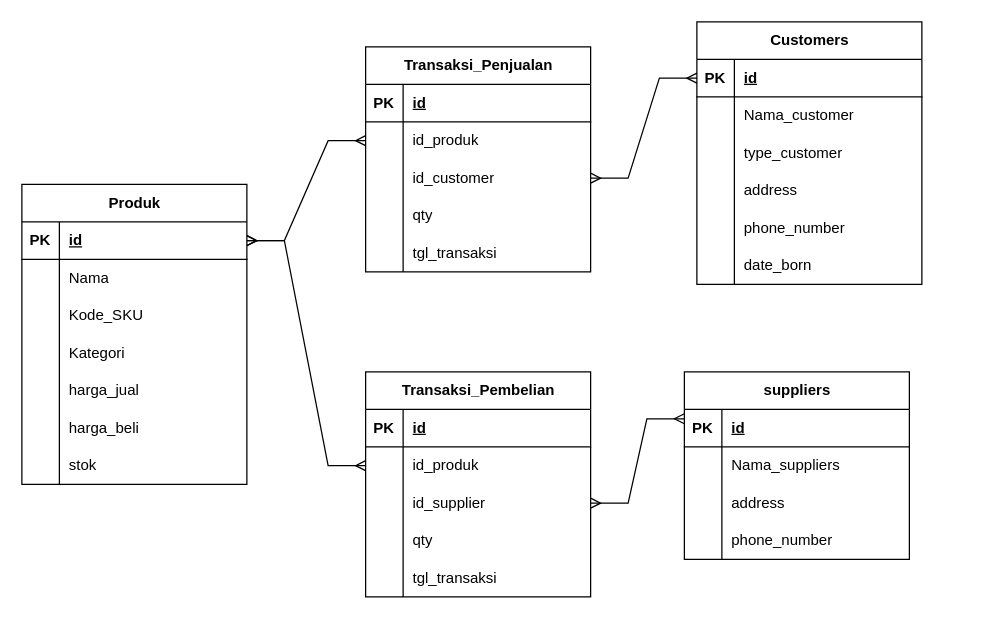
The draw.io diagram management-basisdata/oracle-uas.drawio in xoghub/diagrams, before the edit. Source tidied: cells renumbered, new cells numbered last; positions are measured from the earlier drawing's top-left corner, leaving out a move shared by most shapes. Both pictures are drawn from the tidied source at 125%, with x=0, y=0 at pixel (21, 21).
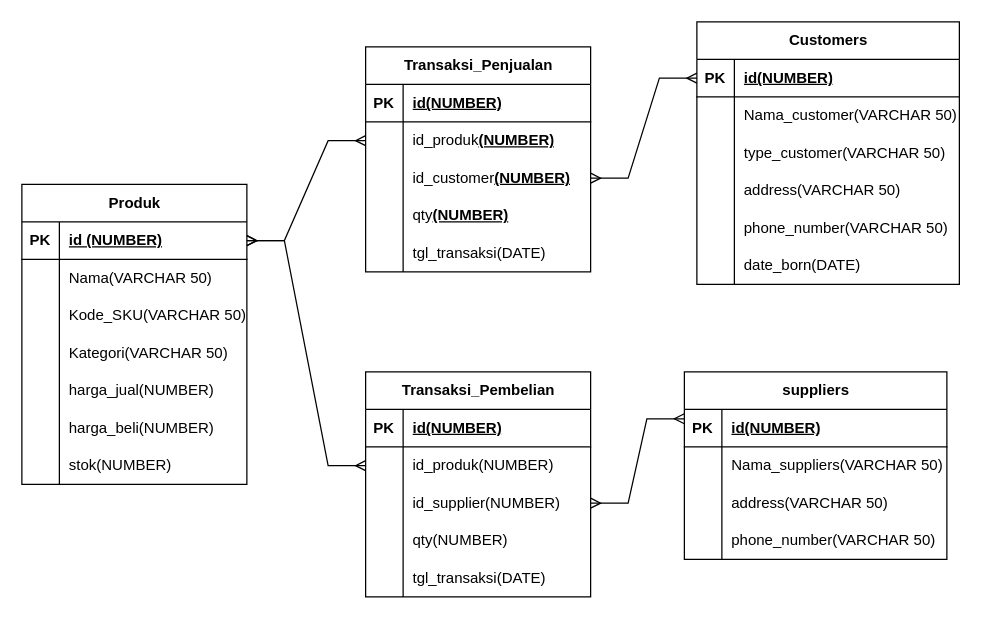
After the change.

The change refers to these unchanged cells:
```xml
<mxCell id="3" style="shape=tableRow;horizontal=0;startSize=0;swimlaneHead=0;swimlaneBody=0;fillColor=none;points=[[0,0.5],[1,0.5]];portConstraint=eastwest;top=0;left=0;right=0;bottom=1;" parent="2" vertex="1">
  <mxGeometry y="30" width="180" height="30" as="geometry" />
</mxCell>
<mxCell id="6" style="shape=tableRow;horizontal=0;startSize=0;swimlaneHead=0;swimlaneBody=0;fillColor=none;top=0;left=0;right=0;bottom=0;" parent="2" vertex="1">
  <mxGeometry y="60" width="180" height="30" as="geometry" />
</mxCell>
<mxCell id="9" style="shape=tableRow;horizontal=0;startSize=0;swimlaneHead=0;swimlaneBody=0;fillColor=none;top=0;left=0;right=0;bottom=0;" parent="2" vertex="1">
  <mxGeometry y="90" width="180" height="30" as="geometry" />
</mxCell>
<mxCell id="12" style="shape=tableRow;horizontal=0;startSize=0;swimlaneHead=0;swimlaneBody=0;fillColor=none;top=0;left=0;right=0;bottom=0;" parent="2" vertex="1">
  <mxGeometry y="120" width="180" height="30" as="geometry" />
</mxCell>
<mxCell id="15" style="shape=tableRow;horizontal=0;startSize=0;swimlaneHead=0;swimlaneBody=0;fillColor=none;top=0;left=0;right=0;bottom=0;" parent="2" vertex="1">
  <mxGeometry y="150" width="180" height="30" as="geometry" />
</mxCell>
<mxCell id="18" style="shape=tableRow;horizontal=0;startSize=0;swimlaneHead=0;swimlaneBody=0;fillColor=none;top=0;left=0;right=0;bottom=0;" parent="2" vertex="1">
  <mxGeometry y="180" width="180" height="30" as="geometry" />
</mxCell>
<mxCell id="21" style="shape=tableRow;horizontal=0;startSize=0;swimlaneHead=0;swimlaneBody=0;fillColor=none;top=0;left=0;right=0;bottom=0;" parent="2" vertex="1">
  <mxGeometry y="210" width="180" height="30" as="geometry" />
</mxCell>
<mxCell id="57" style="shape=tableRow;horizontal=0;startSize=0;swimlaneHead=0;swimlaneBody=0;fillColor=none;top=0;left=0;right=0;bottom=1;" parent="56" vertex="1">
  <mxGeometry y="30" width="180" height="30" as="geometry" />
</mxCell>
<mxCell id="60" style="shape=tableRow;horizontal=0;startSize=0;swimlaneHead=0;swimlaneBody=0;fillColor=none;points=[[0,0.5],[1,0.5]];portConstraint=eastwest;top=0;left=0;right=0;bottom=0;" parent="56" vertex="1">
  <mxGeometry y="60" width="180" height="30" as="geometry" />
</mxCell>
<mxCell id="63" style="shape=tableRow;horizontal=0;startSize=0;swimlaneHead=0;swimlaneBody=0;fillColor=none;points=[[0,0.5],[1,0.5]];portConstraint=eastwest;top=0;left=0;right=0;bottom=0;" parent="56" vertex="1">
  <mxGeometry y="90" width="180" height="30" as="geometry" />
</mxCell>
<mxCell id="66" style="shape=tableRow;horizontal=0;startSize=0;swimlaneHead=0;swimlaneBody=0;fillColor=none;top=0;left=0;right=0;bottom=0;" parent="56" vertex="1">
  <mxGeometry y="120" width="180" height="30" as="geometry" />
</mxCell>
<mxCell id="69" style="shape=tableRow;horizontal=0;startSize=0;swimlaneHead=0;swimlaneBody=0;fillColor=none;top=0;left=0;right=0;bottom=0;" parent="56" vertex="1">
  <mxGeometry y="150" width="180" height="30" as="geometry" />
</mxCell>
<mxCell id="73" style="shape=tableRow;horizontal=0;startSize=0;swimlaneHead=0;swimlaneBody=0;fillColor=none;top=0;left=0;right=0;bottom=1;" parent="72" vertex="1">
  <mxGeometry y="30" width="180" height="30" as="geometry" />
</mxCell>
<mxCell id="76" style="shape=tableRow;horizontal=0;startSize=0;swimlaneHead=0;swimlaneBody=0;fillColor=none;points=[[0,0.5],[1,0.5]];portConstraint=eastwest;top=0;left=0;right=0;bottom=0;" parent="72" vertex="1">
  <mxGeometry y="60" width="180" height="30" as="geometry" />
</mxCell>
<mxCell id="79" style="shape=tableRow;horizontal=0;startSize=0;swimlaneHead=0;swimlaneBody=0;fillColor=none;points=[[0,0.5],[1,0.5]];portConstraint=eastwest;top=0;left=0;right=0;bottom=0;" parent="72" vertex="1">
  <mxGeometry y="90" width="180" height="30" as="geometry" />
</mxCell>
<mxCell id="82" style="shape=tableRow;horizontal=0;startSize=0;swimlaneHead=0;swimlaneBody=0;fillColor=none;top=0;left=0;right=0;bottom=0;" parent="72" vertex="1">
  <mxGeometry y="120" width="180" height="30" as="geometry" />
</mxCell>
<mxCell id="85" style="shape=tableRow;horizontal=0;startSize=0;swimlaneHead=0;swimlaneBody=0;fillColor=none;top=0;left=0;right=0;bottom=0;" parent="72" vertex="1">
  <mxGeometry y="150" width="180" height="30" as="geometry" />
</mxCell>
```

The edit, as a diff of the source:
```diff
@@
-    <mxCell id="5" value="id" style="shape=partialRectangle;fillColor=none;top=0;left=0;bottom=0;right=0;align=left;spacingLeft=6;fontStyle=5;overflow=hidden;whiteSpace=wrap;html=1;" parent="3" vertex="1">
+    <mxCell id="5" value="id (NUMBER)" style="shape=partialRectangle;fillColor=none;top=0;left=0;bottom=0;right=0;align=left;spacingLeft=6;fontStyle=5;overflow=hidden;whiteSpace=wrap;html=1;" parent="3" vertex="1">
       <mxGeometry x="30" width="150" height="30" as="geometry" />
     </mxCell>
@@
-    <mxCell id="8" value="Nama" style="shape=partialRectangle;fillColor=none;top=0;left=0;bottom=0;right=0;align=left;spacingLeft=6;overflow=hidden;whiteSpace=wrap;html=1;" parent="6" vertex="1">
+    <mxCell id="8" value="Nama(VARCHAR 50)" style="shape=partialRectangle;fillColor=none;top=0;left=0;bottom=0;right=0;align=left;spacingLeft=6;overflow=hidden;whiteSpace=wrap;html=1;" parent="6" vertex="1">
       <mxGeometry x="30" width="150" height="30" as="geometry" />
     </mxCell>
@@
-    <mxCell id="11" value="Kode_SKU" style="shape=partialRectangle;fillColor=none;top=0;left=0;bottom=0;right=0;align=left;spacingLeft=6;overflow=hidden;whiteSpace=wrap;html=1;" parent="9" vertex="1">
+    <mxCell id="11" value="Kode_SKU(VARCHAR 50)" style="shape=partialRectangle;fillColor=none;top=0;left=0;bottom=0;right=0;align=left;spacingLeft=6;overflow=hidden;whiteSpace=wrap;html=1;" parent="9" vertex="1">
       <mxGeometry x="30" width="150" height="30" as="geometry" />
     </mxCell>
@@
-    <mxCell id="14" value="Kategori" style="shape=partialRectangle;fillColor=none;top=0;left=0;bottom=0;right=0;align=left;spacingLeft=6;overflow=hidden;whiteSpace=wrap;html=1;" parent="12" vertex="1">
+    <mxCell id="14" value="Kategori(VARCHAR 50)" style="shape=partialRectangle;fillColor=none;top=0;left=0;bottom=0;right=0;align=left;spacingLeft=6;overflow=hidden;whiteSpace=wrap;html=1;" parent="12" vertex="1">
       <mxGeometry x="30" width="150" height="30" as="geometry" />
     </mxCell>
@@
-    <mxCell id="17" value="harga_jual" style="shape=partialRectangle;fillColor=none;top=0;left=0;bottom=0;right=0;align=left;spacingLeft=6;overflow=hidden;whiteSpace=wrap;html=1;" parent="15" vertex="1">
+    <mxCell id="17" value="harga_jual(NUMBER)" style="shape=partialRectangle;fillColor=none;top=0;left=0;bottom=0;right=0;align=left;spacingLeft=6;overflow=hidden;whiteSpace=wrap;html=1;" parent="15" vertex="1">
       <mxGeometry x="30" width="150" height="30" as="geometry" />
     </mxCell>
@@
-    <mxCell id="20" value="harga_beli" style="shape=partialRectangle;fillColor=none;top=0;left=0;bottom=0;right=0;align=left;spacingLeft=6;overflow=hidden;whiteSpace=wrap;html=1;" parent="18" vertex="1">
+    <mxCell id="20" value="harga_beli(NUMBER)" style="shape=partialRectangle;fillColor=none;top=0;left=0;bottom=0;right=0;align=left;spacingLeft=6;overflow=hidden;whiteSpace=wrap;html=1;" parent="18" vertex="1">
       <mxGeometry x="30" width="150" height="30" as="geometry" />
     </mxCell>
@@
-    <mxCell id="23" value="stok" style="shape=partialRectangle;fillColor=none;top=0;left=0;bottom=0;right=0;align=left;spacingLeft=6;overflow=hidden;whiteSpace=wrap;html=1;" parent="21" vertex="1">
+    <mxCell id="23" value="stok(NUMBER)" style="shape=partialRectangle;fillColor=none;top=0;left=0;bottom=0;right=0;align=left;spacingLeft=6;overflow=hidden;whiteSpace=wrap;html=1;" parent="21" vertex="1">
       <mxGeometry x="30" width="150" height="30" as="geometry" />
     </mxCell>
     <mxCell id="24" value="Customers" style="shape=table;startSize=30;childLayout=tableLayout;rowLines=0;fontStyle=1;align=center;html=1;" parent="1" vertex="1">
-      <mxGeometry x="540" width="180" height="210" as="geometry" />
+      <mxGeometry x="540" width="210" height="210" as="geometry" />
     </mxCell>
     <mxCell id="25" style="shape=tableRow;horizontal=0;startSize=0;swimlaneHead=0;swimlaneBody=0;fillColor=none;points=[[0,0.5],[1,0.5]];portConstraint=eastwest;top=0;left=0;right=0;bottom=1;" parent="24" vertex="1">
-      <mxGeometry y="30" width="180" height="30" as="geometry" />
+      <mxGeometry y="30" width="210" height="30" as="geometry" />
     </mxCell>
@@
-    <mxCell id="27" value="id" style="shape=partialRectangle;fillColor=none;top=0;left=0;bottom=0;right=0;align=left;spacingLeft=6;fontStyle=5;overflow=hidden;whiteSpace=wrap;html=1;" parent="25" vertex="1">
-      <mxGeometry x="30" width="150" height="30" as="geometry" />
+    <mxCell id="27" value="id(NUMBER)" style="shape=partialRectangle;fillColor=none;top=0;left=0;bottom=0;right=0;align=left;spacingLeft=6;fontStyle=5;overflow=hidden;whiteSpace=wrap;html=1;" parent="25" vertex="1">
+      <mxGeometry x="30" width="180" height="30" as="geometry" />
     </mxCell>
     <mxCell id="28" style="shape=tableRow;horizontal=0;startSize=0;swimlaneHead=0;swimlaneBody=0;fillColor=none;top=0;left=0;right=0;bottom=0;" parent="24" vertex="1">
-      <mxGeometry y="60" width="180" height="30" as="geometry" />
+      <mxGeometry y="60" width="210" height="30" as="geometry" />
     </mxCell>
@@
-    <mxCell id="30" value="Nama_customer" style="shape=partialRectangle;fillColor=none;top=0;left=0;bottom=0;right=0;align=left;spacingLeft=6;overflow=hidden;whiteSpace=wrap;html=1;" parent="28" vertex="1">
-      <mxGeometry x="30" width="150" height="30" as="geometry" />
+    <mxCell id="30" value="Nama_customer(VARCHAR 50)" style="shape=partialRectangle;fillColor=none;top=0;left=0;bottom=0;right=0;align=left;spacingLeft=6;overflow=hidden;whiteSpace=wrap;html=1;" parent="28" vertex="1">
+      <mxGeometry x="30" width="180" height="30" as="geometry" />
     </mxCell>
     <mxCell id="31" style="shape=tableRow;horizontal=0;startSize=0;swimlaneHead=0;swimlaneBody=0;fillColor=none;top=0;left=0;right=0;bottom=0;" parent="24" vertex="1">
-      <mxGeometry y="90" width="180" height="30" as="geometry" />
+      <mxGeometry y="90" width="210" height="30" as="geometry" />
     </mxCell>
@@
-    <mxCell id="33" value="type_customer" style="shape=partialRectangle;fillColor=none;top=0;left=0;bottom=0;right=0;align=left;spacingLeft=6;overflow=hidden;whiteSpace=wrap;html=1;" parent="31" vertex="1">
-      <mxGeometry x="30" width="150" height="30" as="geometry" />
+    <mxCell id="33" value="type_customer(VARCHAR 50)" style="shape=partialRectangle;fillColor=none;top=0;left=0;bottom=0;right=0;align=left;spacingLeft=6;overflow=hidden;whiteSpace=wrap;html=1;" parent="31" vertex="1">
+      <mxGeometry x="30" width="180" height="30" as="geometry" />
     </mxCell>
     <mxCell id="34" style="shape=tableRow;horizontal=0;startSize=0;swimlaneHead=0;swimlaneBody=0;fillColor=none;top=0;left=0;right=0;bottom=0;" parent="24" vertex="1">
-      <mxGeometry y="120" width="180" height="30" as="geometry" />
+      <mxGeometry y="120" width="210" height="30" as="geometry" />
     </mxCell>
@@
-    <mxCell id="36" value="address" style="shape=partialRectangle;fillColor=none;top=0;left=0;bottom=0;right=0;align=left;spacingLeft=6;overflow=hidden;whiteSpace=wrap;html=1;" parent="34" vertex="1">
-      <mxGeometry x="30" width="150" height="30" as="geometry" />
+    <mxCell id="36" value="address(VARCHAR 50)" style="shape=partialRectangle;fillColor=none;top=0;left=0;bottom=0;right=0;align=left;spacingLeft=6;overflow=hidden;whiteSpace=wrap;html=1;" parent="34" vertex="1">
+      <mxGeometry x="30" width="180" height="30" as="geometry" />
     </mxCell>
     <mxCell id="37" style="shape=tableRow;horizontal=0;startSize=0;swimlaneHead=0;swimlaneBody=0;fillColor=none;top=0;left=0;right=0;bottom=0;" parent="24" vertex="1">
-      <mxGeometry y="150" width="180" height="30" as="geometry" />
+      <mxGeometry y="150" width="210" height="30" as="geometry" />
     </mxCell>
@@
-    <mxCell id="39" value="phone_number" style="shape=partialRectangle;fillColor=none;top=0;left=0;bottom=0;right=0;align=left;spacingLeft=6;overflow=hidden;whiteSpace=wrap;html=1;" parent="37" vertex="1">
-      <mxGeometry x="30" width="150" height="30" as="geometry" />
+    <mxCell id="39" value="phone_number(VARCHAR 50)" style="shape=partialRectangle;fillColor=none;top=0;left=0;bottom=0;right=0;align=left;spacingLeft=6;overflow=hidden;whiteSpace=wrap;html=1;" parent="37" vertex="1">
+      <mxGeometry x="30" width="180" height="30" as="geometry" />
     </mxCell>
     <mxCell id="40" style="shape=tableRow;horizontal=0;startSize=0;swimlaneHead=0;swimlaneBody=0;fillColor=none;top=0;left=0;right=0;bottom=0;" parent="24" vertex="1">
-      <mxGeometry y="180" width="180" height="30" as="geometry" />
+      <mxGeometry y="180" width="210" height="30" as="geometry" />
     </mxCell>
@@
-    <mxCell id="42" value="date_born" style="shape=partialRectangle;fillColor=none;top=0;left=0;bottom=0;right=0;align=left;spacingLeft=6;overflow=hidden;whiteSpace=wrap;html=1;" parent="40" vertex="1">
-      <mxGeometry x="30" width="150" height="30" as="geometry" />
+    <mxCell id="42" value="date_born(DATE)" style="shape=partialRectangle;fillColor=none;top=0;left=0;bottom=0;right=0;align=left;spacingLeft=6;overflow=hidden;whiteSpace=wrap;html=1;" parent="40" vertex="1">
+      <mxGeometry x="30" width="180" height="30" as="geometry" />
     </mxCell>
     <mxCell id="43" value="suppliers" style="shape=table;startSize=30;childLayout=tableLayout;rowLines=0;fontStyle=1;align=center;html=1;" parent="1" vertex="1">
-      <mxGeometry x="530" y="280" width="180" height="150" as="geometry" />
+      <mxGeometry x="530" y="280" width="210" height="150" as="geometry" />
     </mxCell>
     <mxCell id="44" style="shape=tableRow;horizontal=0;startSize=0;swimlaneHead=0;swimlaneBody=0;fillColor=none;top=0;left=0;right=0;bottom=1;" parent="43" vertex="1">
-      <mxGeometry y="30" width="180" height="30" as="geometry" />
+      <mxGeometry y="30" width="210" height="30" as="geometry" />
     </mxCell>
@@
-    <mxCell id="46" value="id" style="shape=partialRectangle;fillColor=none;top=0;left=0;bottom=0;right=0;align=left;spacingLeft=6;fontStyle=5;overflow=hidden;whiteSpace=wrap;html=1;" parent="44" vertex="1">
-      <mxGeometry x="30" width="150" height="30" as="geometry" />
+    <mxCell id="46" value="id(NUMBER)" style="shape=partialRectangle;fillColor=none;top=0;left=0;bottom=0;right=0;align=left;spacingLeft=6;fontStyle=5;overflow=hidden;whiteSpace=wrap;html=1;" parent="44" vertex="1">
+      <mxGeometry x="30" width="180" height="30" as="geometry" />
     </mxCell>
     <mxCell id="47" style="shape=tableRow;horizontal=0;startSize=0;swimlaneHead=0;swimlaneBody=0;fillColor=none;top=0;left=0;right=0;bottom=0;" parent="43" vertex="1">
-      <mxGeometry y="60" width="180" height="30" as="geometry" />
+      <mxGeometry y="60" width="210" height="30" as="geometry" />
     </mxCell>
@@
-    <mxCell id="49" value="Nama_suppliers" style="shape=partialRectangle;fillColor=none;top=0;left=0;bottom=0;right=0;align=left;spacingLeft=6;overflow=hidden;whiteSpace=wrap;html=1;" parent="47" vertex="1">
-      <mxGeometry x="30" width="150" height="30" as="geometry" />
+    <mxCell id="49" value="Nama_suppliers(VARCHAR 50)" style="shape=partialRectangle;fillColor=none;top=0;left=0;bottom=0;right=0;align=left;spacingLeft=6;overflow=hidden;whiteSpace=wrap;html=1;" parent="47" vertex="1">
+      <mxGeometry x="30" width="180" height="30" as="geometry" />
     </mxCell>
     <mxCell id="50" style="shape=tableRow;horizontal=0;startSize=0;swimlaneHead=0;swimlaneBody=0;fillColor=none;top=0;left=0;right=0;bottom=0;" parent="43" vertex="1">
-      <mxGeometry y="90" width="180" height="30" as="geometry" />
+      <mxGeometry y="90" width="210" height="30" as="geometry" />
     </mxCell>
@@
-    <mxCell id="52" value="address" style="shape=partialRectangle;fillColor=none;top=0;left=0;bottom=0;right=0;align=left;spacingLeft=6;overflow=hidden;whiteSpace=wrap;html=1;" parent="50" vertex="1">
-      <mxGeometry x="30" width="150" height="30" as="geometry" />
+    <mxCell id="52" value="address(VARCHAR 50)" style="shape=partialRectangle;fillColor=none;top=0;left=0;bottom=0;right=0;align=left;spacingLeft=6;overflow=hidden;whiteSpace=wrap;html=1;" parent="50" vertex="1">
+      <mxGeometry x="30" width="180" height="30" as="geometry" />
     </mxCell>
     <mxCell id="53" style="shape=tableRow;horizontal=0;startSize=0;swimlaneHead=0;swimlaneBody=0;fillColor=none;top=0;left=0;right=0;bottom=0;" parent="43" vertex="1">
-      <mxGeometry y="120" width="180" height="30" as="geometry" />
+      <mxGeometry y="120" width="210" height="30" as="geometry" />
     </mxCell>
@@
-    <mxCell id="55" value="phone_number" style="shape=partialRectangle;fillColor=none;top=0;left=0;bottom=0;right=0;align=left;spacingLeft=6;overflow=hidden;whiteSpace=wrap;html=1;" parent="53" vertex="1">
-      <mxGeometry x="30" width="150" height="30" as="geometry" />
+    <mxCell id="55" value="phone_number(VARCHAR 50)" style="shape=partialRectangle;fillColor=none;top=0;left=0;bottom=0;right=0;align=left;spacingLeft=6;overflow=hidden;whiteSpace=wrap;html=1;" parent="53" vertex="1">
+      <mxGeometry x="30" width="180" height="30" as="geometry" />
     </mxCell>
@@
-    <mxCell id="59" value="id" style="shape=partialRectangle;fillColor=none;top=0;left=0;bottom=0;right=0;align=left;spacingLeft=6;fontStyle=5;overflow=hidden;whiteSpace=wrap;html=1;" parent="57" vertex="1">
+    <mxCell id="59" value="id(NUMBER)" style="shape=partialRectangle;fillColor=none;top=0;left=0;bottom=0;right=0;align=left;spacingLeft=6;fontStyle=5;overflow=hidden;whiteSpace=wrap;html=1;" parent="57" vertex="1">
       <mxGeometry x="30" width="150" height="30" as="geometry" />
     </mxCell>
@@
-    <mxCell id="62" value="id_produk" style="shape=partialRectangle;fillColor=none;top=0;left=0;bottom=0;right=0;align=left;spacingLeft=6;overflow=hidden;whiteSpace=wrap;html=1;" parent="60" vertex="1">
+    <mxCell id="62" value="id_produk&lt;span style=&quot;font-weight: 700; text-decoration-line: underline;&quot;&gt;(NUMBER)&lt;/span&gt;" style="shape=partialRectangle;fillColor=none;top=0;left=0;bottom=0;right=0;align=left;spacingLeft=6;overflow=hidden;whiteSpace=wrap;html=1;" parent="60" vertex="1">
       <mxGeometry x="30" width="150" height="30" as="geometry" />
     </mxCell>
@@
-    <mxCell id="65" value="id_customer" style="shape=partialRectangle;fillColor=none;top=0;left=0;bottom=0;right=0;align=left;spacingLeft=6;overflow=hidden;whiteSpace=wrap;html=1;" parent="63" vertex="1">
+    <mxCell id="65" value="id_customer&lt;span style=&quot;font-weight: 700; text-decoration-line: underline;&quot;&gt;(NUMBER)&lt;/span&gt;" style="shape=partialRectangle;fillColor=none;top=0;left=0;bottom=0;right=0;align=left;spacingLeft=6;overflow=hidden;whiteSpace=wrap;html=1;" parent="63" vertex="1">
       <mxGeometry x="30" width="150" height="30" as="geometry" />
     </mxCell>
@@
-    <mxCell id="68" value="qty" style="shape=partialRectangle;fillColor=none;top=0;left=0;bottom=0;right=0;align=left;spacingLeft=6;overflow=hidden;whiteSpace=wrap;html=1;" parent="66" vertex="1">
+    <mxCell id="68" value="qty&lt;span style=&quot;font-weight: 700; text-decoration-line: underline;&quot;&gt;(NUMBER)&lt;/span&gt;" style="shape=partialRectangle;fillColor=none;top=0;left=0;bottom=0;right=0;align=left;spacingLeft=6;overflow=hidden;whiteSpace=wrap;html=1;" parent="66" vertex="1">
       <mxGeometry x="30" width="150" height="30" as="geometry" />
     </mxCell>
@@
-    <mxCell id="71" value="tgl_transaksi" style="shape=partialRectangle;fillColor=none;top=0;left=0;bottom=0;right=0;align=left;spacingLeft=6;overflow=hidden;whiteSpace=wrap;html=1;" parent="69" vertex="1">
+    <mxCell id="71" value="tgl_transaksi(DATE)" style="shape=partialRectangle;fillColor=none;top=0;left=0;bottom=0;right=0;align=left;spacingLeft=6;overflow=hidden;whiteSpace=wrap;html=1;" parent="69" vertex="1">
       <mxGeometry x="30" width="150" height="30" as="geometry" />
     </mxCell>
@@
-    <mxCell id="75" value="id" style="shape=partialRectangle;fillColor=none;top=0;left=0;bottom=0;right=0;align=left;spacingLeft=6;fontStyle=5;overflow=hidden;whiteSpace=wrap;html=1;" parent="73" vertex="1">
+    <mxCell id="75" value="id(NUMBER)" style="shape=partialRectangle;fillColor=none;top=0;left=0;bottom=0;right=0;align=left;spacingLeft=6;fontStyle=5;overflow=hidden;whiteSpace=wrap;html=1;" parent="73" vertex="1">
       <mxGeometry x="30" width="150" height="30" as="geometry" />
     </mxCell>
@@
-    <mxCell id="78" value="id_produk" style="shape=partialRectangle;fillColor=none;top=0;left=0;bottom=0;right=0;align=left;spacingLeft=6;overflow=hidden;whiteSpace=wrap;html=1;" parent="76" vertex="1">
+    <mxCell id="78" value="id_produk(NUMBER)" style="shape=partialRectangle;fillColor=none;top=0;left=0;bottom=0;right=0;align=left;spacingLeft=6;overflow=hidden;whiteSpace=wrap;html=1;" parent="76" vertex="1">
       <mxGeometry x="30" width="150" height="30" as="geometry" />
     </mxCell>
@@
-    <mxCell id="81" value="id_supplier" style="shape=partialRectangle;fillColor=none;top=0;left=0;bottom=0;right=0;align=left;spacingLeft=6;overflow=hidden;whiteSpace=wrap;html=1;" parent="79" vertex="1">
+    <mxCell id="81" value="id_supplier(NUMBER)" style="shape=partialRectangle;fillColor=none;top=0;left=0;bottom=0;right=0;align=left;spacingLeft=6;overflow=hidden;whiteSpace=wrap;html=1;" parent="79" vertex="1">
       <mxGeometry x="30" width="150" height="30" as="geometry" />
     </mxCell>
@@
-    <mxCell id="84" value="qty" style="shape=partialRectangle;fillColor=none;top=0;left=0;bottom=0;right=0;align=left;spacingLeft=6;overflow=hidden;whiteSpace=wrap;html=1;" parent="82" vertex="1">
+    <mxCell id="84" value="qty(NUMBER)" style="shape=partialRectangle;fillColor=none;top=0;left=0;bottom=0;right=0;align=left;spacingLeft=6;overflow=hidden;whiteSpace=wrap;html=1;" parent="82" vertex="1">
       <mxGeometry x="30" width="150" height="30" as="geometry" />
     </mxCell>
@@
-    <mxCell id="87" value="tgl_transaksi" style="shape=partialRectangle;fillColor=none;top=0;left=0;bottom=0;right=0;align=left;spacingLeft=6;overflow=hidden;whiteSpace=wrap;html=1;" parent="85" vertex="1">
+    <mxCell id="87" value="tgl_transaksi(DATE)" style="shape=partialRectangle;fillColor=none;top=0;left=0;bottom=0;right=0;align=left;spacingLeft=6;overflow=hidden;whiteSpace=wrap;html=1;" parent="85" vertex="1">
       <mxGeometry x="30" width="150" height="30" as="geometry" />
     </mxCell>
```
